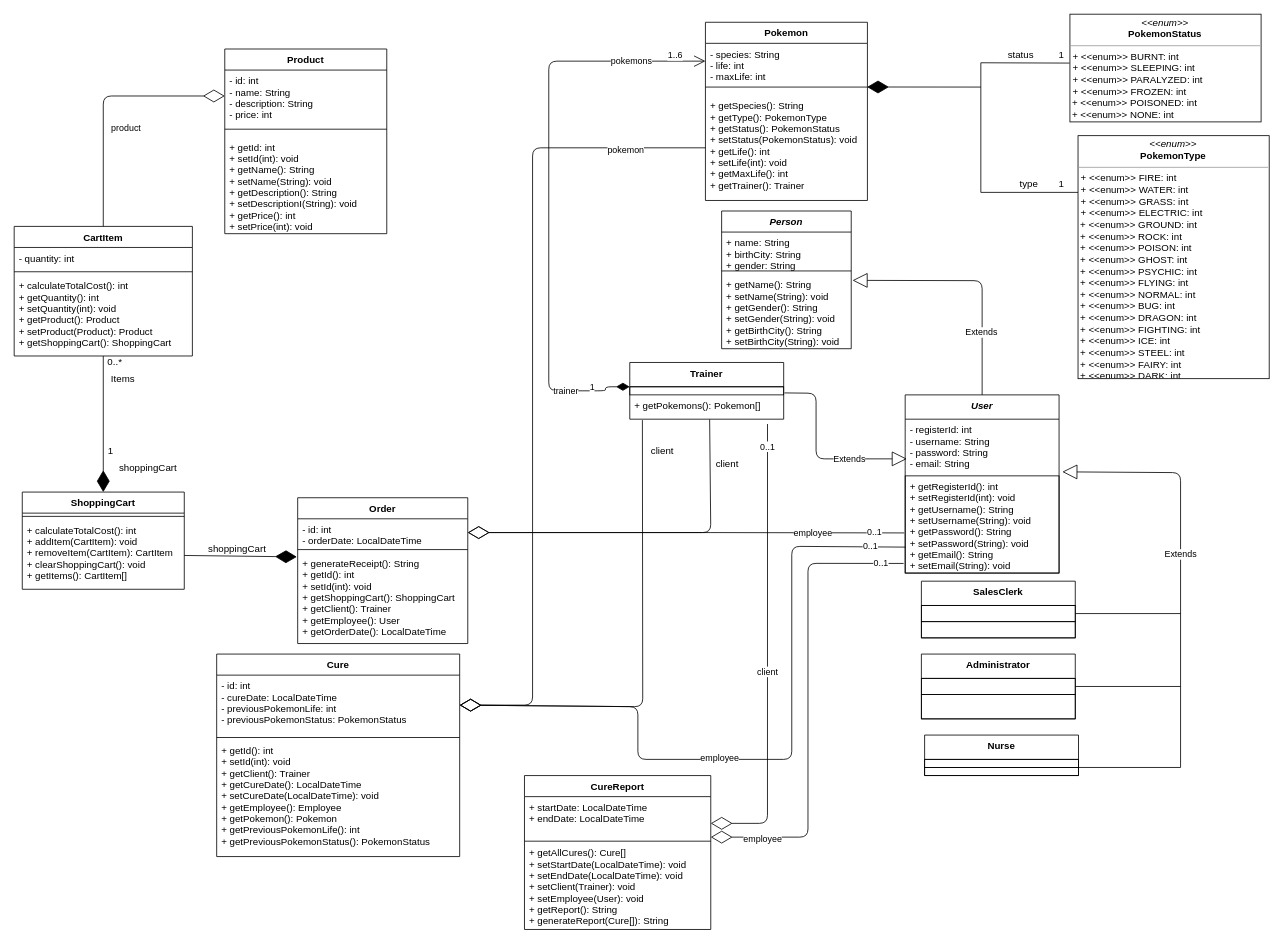
The draw.io diagram Project Documents/IP2ProjectUML.drawio in HenriqueSabino/Ip2Project, before the edit. Source tidied: cells renumbered, new cells numbered last; positions are measured from the earlier drawing's top-left corner, leaving out a move shared by most shapes. Both pictures are drawn from the tidied source at 81%, with x=0, y=0 at pixel (14, 14).
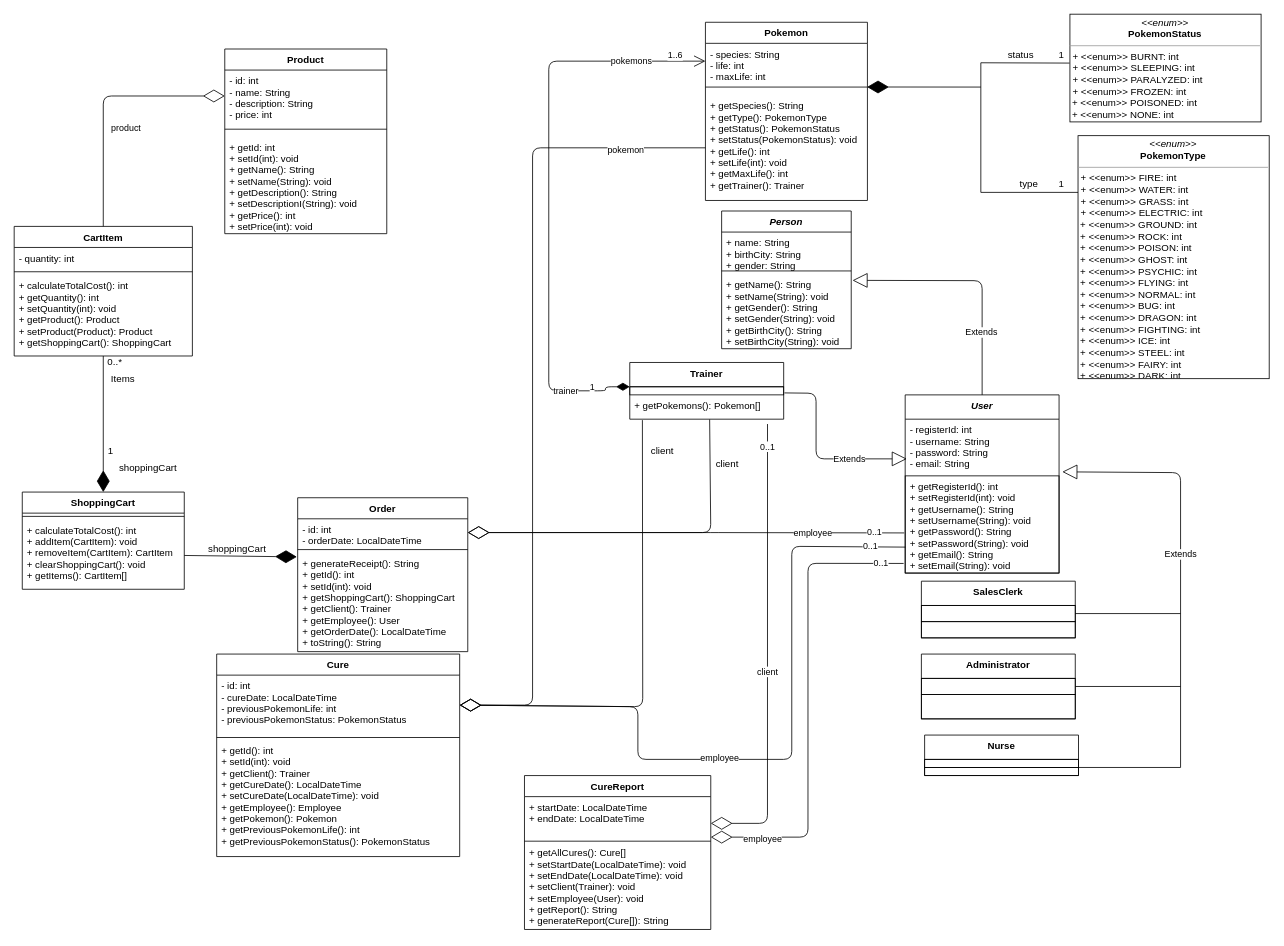
The same page after the edit.

Commit message (it also covers changes not shown here):
Yet another update to UML

Change to the diagram source:
```diff
@@
     <mxCell id="31" value="Order" style="swimlane;fontStyle=1;align=center;verticalAlign=top;horizontal=1;startSize=26;strokeColor=#000000;" parent="1" vertex="1">
-      <mxGeometry x="350" y="597" width="210" height="180" as="geometry" />
+      <mxGeometry x="350" y="597" width="210" height="190" as="geometry" />
     </mxCell>
@@
-    <mxCell id="34" value="+ generateReceipt(): String&#10;+ getId(): int&#10;+ setId(int): void &#10;+ getShoppingCart(): ShoppingCart&#10;+ getClient(): Trainer&#10;+ getEmployee(): User&#10;+ getOrderDate(): LocalDateTime" style="text;strokeColor=none;fillColor=none;align=left;verticalAlign=top;spacingLeft=4;spacingRight=4;overflow=hidden;" parent="31" vertex="1">
-      <mxGeometry y="68" width="210" height="112" as="geometry" />
+    <mxCell id="34" value="+ generateReceipt(): String&#10;+ getId(): int&#10;+ setId(int): void &#10;+ getShoppingCart(): ShoppingCart&#10;+ getClient(): Trainer&#10;+ getEmployee(): User&#10;+ getOrderDate(): LocalDateTime&#10;+ toString(): String" style="text;strokeColor=none;fillColor=none;align=left;verticalAlign=top;spacingLeft=4;spacingRight=4;overflow=hidden;" parent="31" vertex="1">
+      <mxGeometry y="68" width="210" height="122" as="geometry" />
     </mxCell>
```
